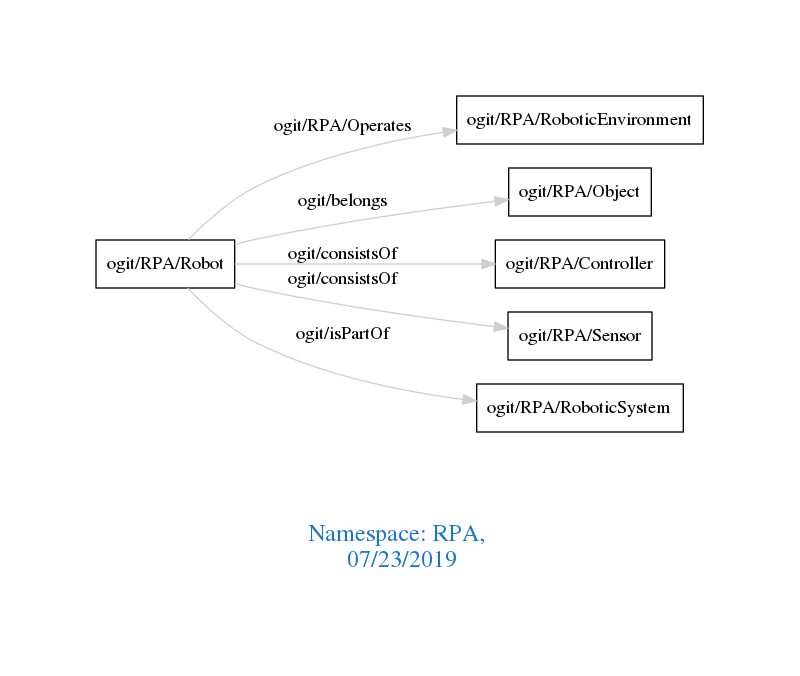
arago/OGIT keeps this Graphviz diagram as downloads/RPA.png. Above is the earlier version. Its source is kept beside it as downloads/RPA.dot.
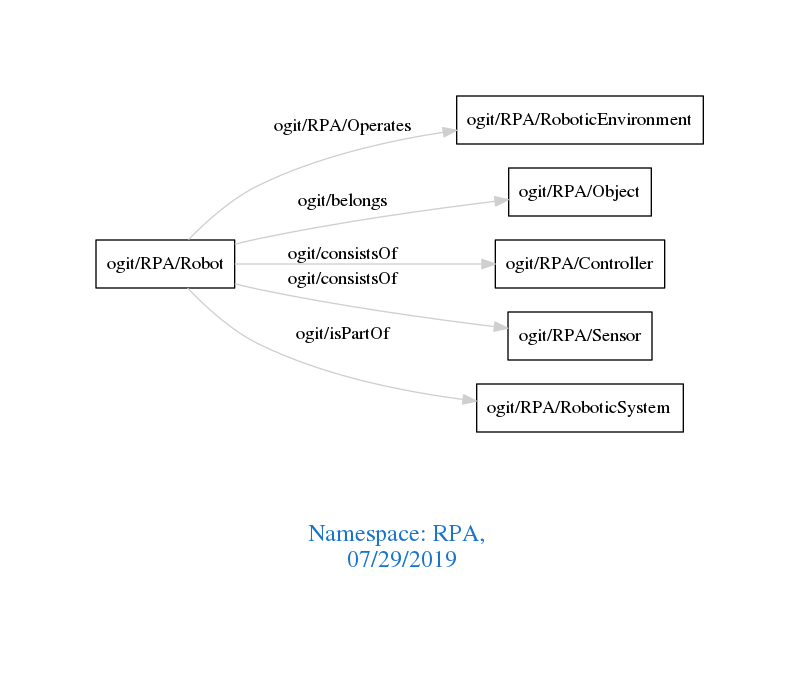
Above is the later version.

Diff of the diagram source:
```diff
@@ -1,7 +1,7 @@
 digraph OGIT_ontology {
  graph [ rankdir= LR,pad=1
 fontsize = 18,
-fontcolor= dodgerblue3,label = "\n\n\nNamespace: RPA, \n 07/23/2019"];
+fontcolor= dodgerblue3,label = "\n\n\nNamespace: RPA, \n 07/29/2019"];
 node[shape=polygon];
 edge [  color="gray81"];
 
```
